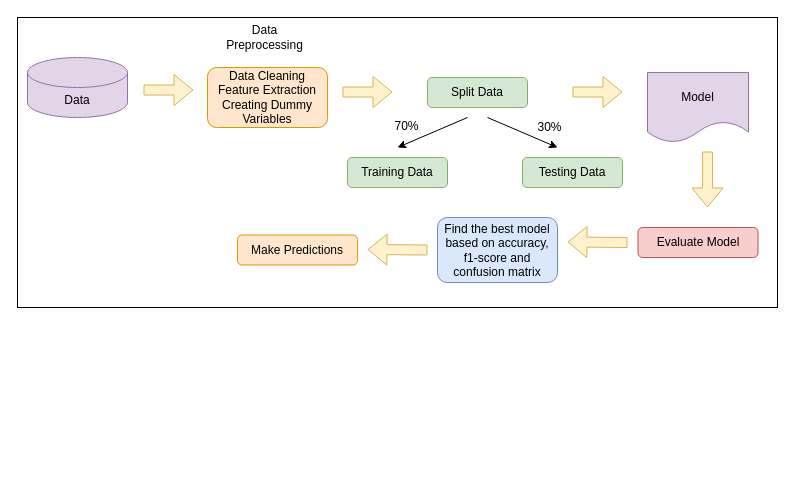
Earlier version of the draw.io diagram MLModel.drawio (Chayanika-Basak/draw.io-files). Source tidied: cells renumbered, new cells numbered last; positions are measured from the earlier drawing's top-left corner, leaving out a move shared by most shapes. Both pictures are drawn from the tidied source at 100%, with x=0, y=0 at pixel (17, 17).
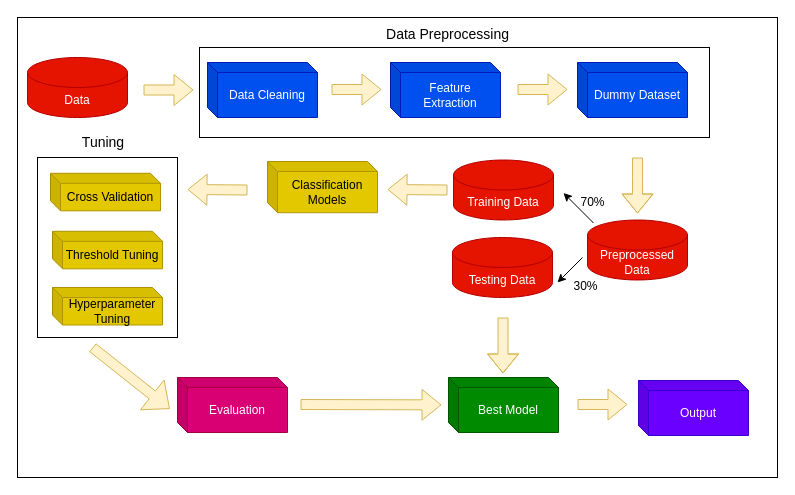
The same page after the edit.

The edit, as a diff of the source:
```diff
@@
     <mxCell id="2" style="rounded=0;whiteSpace=wrap;html=1;" parent="1" vertex="1">
-      <mxGeometry width="760" height="290" as="geometry" />
+      <mxGeometry width="760" height="460" as="geometry" />
     </mxCell>
+    <mxCell id="23" style="rounded=0;whiteSpace=wrap;html=1;fontSize=14;" parent="1" vertex="1">
+      <mxGeometry x="20" y="140" width="140" height="180" as="geometry" />
+    </mxCell>
+    <mxCell id="24" style="rounded=0;whiteSpace=wrap;html=1;fontSize=14;" parent="1" vertex="1">
+      <mxGeometry x="182" y="30" width="510" height="90" as="geometry" />
+    </mxCell>
-    <mxCell id="3" value="Data" style="shape=cylinder3;whiteSpace=wrap;html=1;boundedLbl=1;backgroundOutline=1;size=15;fillColor=#e1d5e7;strokeColor=#9673a6;" parent="1" vertex="1">
+    <mxCell id="3" value="Data" style="shape=cylinder3;whiteSpace=wrap;html=1;boundedLbl=1;backgroundOutline=1;size=15;fillColor=#e51400;strokeColor=#B20000;fontColor=#ffffff;" parent="1" vertex="1">
       <mxGeometry x="10" y="40" width="100" height="60" as="geometry" />
     </mxCell>
-    <mxCell id="4" value="Split Data" style="rounded=1;whiteSpace=wrap;html=1;fillColor=#d5e8d4;strokeColor=#82b366;" parent="1" vertex="1">
-      <mxGeometry x="410" y="60" width="100" height="30" as="geometry" />
-    </mxCell>
-    <mxCell id="5" style="endArrow=classic;html=1;rounded=0;" parent="1" edge="1">
+    <mxCell id="5" style="endArrow=classic;html=1;rounded=0;entryX=1;entryY=0.5;entryDx=0;entryDy=0;entryPerimeter=0;" parent="1" edge="1">
       <mxGeometry relative="1" as="geometry">
-        <mxPoint x="450" y="100" as="sourcePoint" />
-        <mxPoint x="380" y="130" as="targetPoint" />
+        <mxPoint x="576" y="205.5" as="sourcePoint" />
+        <mxPoint x="546" y="175.5" as="targetPoint" />
       </mxGeometry>
     </mxCell>
-    <mxCell id="6" style="endArrow=classic;html=1;rounded=0;" parent="1" edge="1">
+    <mxCell id="6" style="endArrow=classic;html=1;rounded=0;entryX=1;entryY=1;entryDx=0;entryDy=-15;entryPerimeter=0;exitX=0;exitY=0;exitDx=0;exitDy=37.5;exitPerimeter=0;" parent="1" edge="1">
       <mxGeometry relative="1" as="geometry">
-        <mxPoint x="470" y="100" as="sourcePoint" />
-        <mxPoint x="540" y="130" as="targetPoint" />
+        <mxPoint x="565" y="240" as="sourcePoint" />
+        <mxPoint x="540" y="265" as="targetPoint" />
       </mxGeometry>
     </mxCell>
-    <mxCell id="7" value="Testing Data" style="rounded=1;whiteSpace=wrap;html=1;fillColor=#d5e8d4;strokeColor=#82b366;" parent="1" vertex="1">
-      <mxGeometry x="505" y="140" width="100" height="30" as="geometry" />
-    </mxCell>
-    <mxCell id="8" value="Training Data" style="rounded=1;whiteSpace=wrap;html=1;fillColor=#d5e8d4;strokeColor=#82b366;" parent="1" vertex="1">
-      <mxGeometry x="330" y="140" width="100" height="30" as="geometry" />
-    </mxCell>
-    <mxCell id="9" value="Data Cleaning&lt;br&gt;Feature Extraction&lt;br&gt;Creating Dummy Variables" style="rounded=1;whiteSpace=wrap;html=1;fillColor=#ffe6cc;strokeColor=#d79b00;" parent="1" vertex="1">
-      <mxGeometry x="190" y="50" width="120" height="60" as="geometry" />
-    </mxCell>
-    <mxCell id="10" value="Data &lt;br&gt;Preprocessing" style="text;html=1;align=center;verticalAlign=middle;strokeColor=none;fillColor=none;" parent="1" vertex="1">
-      <mxGeometry x="197" width="100" height="40" as="geometry" />
+    <mxCell id="10" value="&lt;font style=&quot;font-size: 14px;&quot;&gt;Data Preprocessing&lt;/font&gt;" style="text;html=1;align=center;verticalAlign=middle;strokeColor=none;fillColor=none;" parent="1" vertex="1">
+      <mxGeometry x="355" y="2" width="150" height="30" as="geometry" />
     </mxCell>
     <mxCell id="11" value="70%" style="text;html=1;align=center;verticalAlign=middle;strokeColor=none;fillColor=none;" parent="1" vertex="1">
-      <mxGeometry x="364" y="94" width="50" height="30" as="geometry" />
+      <mxGeometry x="550" y="170" width="50" height="30" as="geometry" />
     </mxCell>
     <mxCell id="12" value="30%" style="text;html=1;align=center;verticalAlign=middle;strokeColor=none;fillColor=none;" parent="1" vertex="1">
-      <mxGeometry x="507" y="95" width="50" height="30" as="geometry" />
+      <mxGeometry x="543" y="254" width="50" height="30" as="geometry" />
     </mxCell>
-    <mxCell id="13" value="Model" style="shape=document;whiteSpace=wrap;html=1;boundedLbl=1;fillColor=#e1d5e7;strokeColor=#9673a6;" parent="1" vertex="1">
-      <mxGeometry x="630" y="55" width="101" height="70" as="geometry" />
-    </mxCell>
     <mxCell id="14" style="shape=flexArrow;endArrow=classic;html=1;rounded=0;fillColor=#fff2cc;strokeColor=#d6b656;" parent="1" edge="1">
       <mxGeometry relative="1" as="geometry">
-        <mxPoint x="690" y="134" as="sourcePoint" />
-        <mxPoint x="690" y="190" as="targetPoint" />
+        <mxPoint x="620" y="140" as="sourcePoint" />
+        <mxPoint x="620" y="196" as="targetPoint" />
+        <Array as="points">
+          <mxPoint x="620" y="160" />
+        </Array>
       </mxGeometry>
     </mxCell>
-    <mxCell id="15" value="Evaluate Model" style="rounded=1;whiteSpace=wrap;html=1;fillColor=#f8cecc;strokeColor=#b85450;" parent="1" vertex="1">
-      <mxGeometry x="620.5" y="210" width="120" height="30" as="geometry" />
-    </mxCell>
-    <mxCell id="16" value="Find the best model based on accuracy, f1-score and confusion matrix" style="rounded=1;whiteSpace=wrap;html=1;fillColor=#dae8fc;strokeColor=#6c8ebf;" parent="1" vertex="1">
-      <mxGeometry x="420" y="200" width="120" height="65" as="geometry" />
-    </mxCell>
-    <mxCell id="17" value="Make Predictions" style="rounded=1;whiteSpace=wrap;html=1;fillColor=#ffe6cc;strokeColor=#d79b00;" parent="1" vertex="1">
-      <mxGeometry x="220" y="217.5" width="120" height="30" as="geometry" />
-    </mxCell>
     <mxCell id="18" style="shape=flexArrow;endArrow=classic;html=1;rounded=0;fillColor=#fff2cc;strokeColor=#d6b656;" parent="1" edge="1">
       <mxGeometry relative="1" as="geometry">
-        <mxPoint x="610" y="225" as="sourcePoint" />
-        <mxPoint x="550" y="224.5" as="targetPoint" />
+        <mxPoint x="430" y="172.5" as="sourcePoint" />
+        <mxPoint x="370" y="172" as="targetPoint" />
       </mxGeometry>
     </mxCell>
@@
-    <mxCell id="20" style="shape=flexArrow;endArrow=classic;html=1;rounded=0;fillColor=#fff2cc;strokeColor=#d6b656;" parent="1" edge="1">
-      <mxGeometry relative="1" as="geometry">
-        <mxPoint x="325" y="74.5" as="sourcePoint" />
-        <mxPoint x="375" y="74.5" as="targetPoint" />
-      </mxGeometry>
-    </mxCell>
-    <mxCell id="21" style="shape=flexArrow;endArrow=classic;html=1;rounded=0;fillColor=#fff2cc;strokeColor=#d6b656;" parent="1" edge="1">
-      <mxGeometry relative="1" as="geometry">
-        <mxPoint x="555" y="74.5" as="sourcePoint" />
-        <mxPoint x="605" y="74.5" as="targetPoint" />
-      </mxGeometry>
-    </mxCell>
     <mxCell id="22" style="shape=flexArrow;endArrow=classic;html=1;rounded=0;fillColor=#fff2cc;strokeColor=#d6b656;" parent="1" edge="1">
       <mxGeometry relative="1" as="geometry">
-        <mxPoint x="410" y="232.5" as="sourcePoint" />
-        <mxPoint x="350" y="232" as="targetPoint" />
+        <mxPoint x="230" y="172.5" as="sourcePoint" />
+        <mxPoint x="170" y="172" as="targetPoint" />
       </mxGeometry>
     </mxCell>
+    <mxCell id="25" value="Data Cleaning" style="shape=cube;whiteSpace=wrap;html=1;boundedLbl=1;backgroundOutline=1;darkOpacity=0.05;darkOpacity2=0.1;size=10;fillColor=#0050ef;fontColor=#ffffff;strokeColor=#001DBC;" parent="1" vertex="1">
+      <mxGeometry x="190" y="45" width="110" height="55" as="geometry" />
+    </mxCell>
+    <mxCell id="26" value="Feature Extraction" style="shape=cube;whiteSpace=wrap;html=1;boundedLbl=1;backgroundOutline=1;darkOpacity=0.05;darkOpacity2=0.1;size=10;fillColor=#0050ef;fontColor=#ffffff;strokeColor=#001DBC;" parent="1" vertex="1">
+      <mxGeometry x="373" y="45" width="110" height="55" as="geometry" />
+    </mxCell>
+    <mxCell id="27" value="Dummy Dataset" style="shape=cube;whiteSpace=wrap;html=1;boundedLbl=1;backgroundOutline=1;darkOpacity=0.05;darkOpacity2=0.1;size=10;fillColor=#0050ef;fontColor=#ffffff;strokeColor=#001DBC;" parent="1" vertex="1">
+      <mxGeometry x="560" y="45" width="110" height="55" as="geometry" />
+    </mxCell>
+    <mxCell id="28" style="shape=flexArrow;endArrow=classic;html=1;rounded=0;fillColor=#fff2cc;strokeColor=#d6b656;" parent="1" edge="1">
+      <mxGeometry relative="1" as="geometry">
+        <mxPoint x="314" y="72" as="sourcePoint" />
+        <mxPoint x="364" y="72" as="targetPoint" />
+      </mxGeometry>
+    </mxCell>
+    <mxCell id="29" style="shape=flexArrow;endArrow=classic;html=1;rounded=0;fillColor=#fff2cc;strokeColor=#d6b656;" parent="1" edge="1">
+      <mxGeometry relative="1" as="geometry">
+        <mxPoint x="500" y="72" as="sourcePoint" />
+        <mxPoint x="550" y="72" as="targetPoint" />
+      </mxGeometry>
+    </mxCell>
+    <mxCell id="30" value="Preprocessed Data" style="shape=cylinder3;whiteSpace=wrap;html=1;boundedLbl=1;backgroundOutline=1;size=15;fillColor=#e51400;strokeColor=#B20000;fontColor=#ffffff;" parent="1" vertex="1">
+      <mxGeometry x="570" y="202.5" width="100" height="60" as="geometry" />
+    </mxCell>
+    <mxCell id="7" value="Testing Data" style="shape=cylinder3;whiteSpace=wrap;html=1;boundedLbl=1;backgroundOutline=1;size=15;fillColor=#e51400;strokeColor=#B20000;fontColor=#ffffff;" parent="1" vertex="1">
+      <mxGeometry x="435" y="220" width="100" height="60" as="geometry" />
+    </mxCell>
+    <mxCell id="8" value="Training Data" style="shape=cylinder3;whiteSpace=wrap;html=1;boundedLbl=1;backgroundOutline=1;size=15;fillColor=#e51400;strokeColor=#B20000;fontColor=#ffffff;" parent="1" vertex="1">
+      <mxGeometry x="436" y="142.5" width="100" height="60" as="geometry" />
+    </mxCell>
+    <mxCell id="31" value="Classification Models" style="shape=cube;whiteSpace=wrap;html=1;boundedLbl=1;backgroundOutline=1;darkOpacity=0.05;darkOpacity2=0.1;size=10;fillColor=#e3c800;fontColor=#000000;strokeColor=#B09500;" parent="1" vertex="1">
+      <mxGeometry x="250" y="144" width="110" height="51.2" as="geometry" />
+    </mxCell>
+    <mxCell id="32" value="Hyperparameter Tuning" style="shape=cube;whiteSpace=wrap;html=1;boundedLbl=1;backgroundOutline=1;darkOpacity=0.05;darkOpacity2=0.1;size=10;fillColor=#e3c800;fontColor=#000000;strokeColor=#B09500;" parent="1" vertex="1">
+      <mxGeometry x="35" y="270" width="110" height="37.5" as="geometry" />
+    </mxCell>
+    <mxCell id="33" value="Threshold Tuning" style="shape=cube;whiteSpace=wrap;html=1;boundedLbl=1;backgroundOutline=1;darkOpacity=0.05;darkOpacity2=0.1;size=10;fillColor=#e3c800;fontColor=#000000;strokeColor=#B09500;" parent="1" vertex="1">
+      <mxGeometry x="35" y="213.8" width="110" height="37.5" as="geometry" />
+    </mxCell>
+    <mxCell id="34" value="Cross Validation" style="shape=cube;whiteSpace=wrap;html=1;boundedLbl=1;backgroundOutline=1;darkOpacity=0.05;darkOpacity2=0.1;size=10;fillColor=#e3c800;fontColor=#000000;strokeColor=#B09500;" parent="1" vertex="1">
+      <mxGeometry x="33" y="155.8" width="110" height="37.5" as="geometry" />
+    </mxCell>
+    <mxCell id="35" value="Tuning" style="text;html=1;strokeColor=none;fillColor=none;align=center;verticalAlign=middle;whiteSpace=wrap;rounded=0;fontSize=14;" parent="1" vertex="1">
+      <mxGeometry x="56" y="110" width="60" height="30" as="geometry" />
+    </mxCell>
+    <mxCell id="36" style="shape=flexArrow;endArrow=classic;html=1;rounded=0;fillColor=#fff2cc;strokeColor=#d6b656;endWidth=27;endSize=7;entryX=-0.024;entryY=0.57;entryDx=0;entryDy=0;entryPerimeter=0;" parent="1" edge="1">
+      <mxGeometry relative="1" as="geometry">
+        <mxPoint x="75" y="330" as="sourcePoint" />
+        <mxPoint x="152.4" y="391.4" as="targetPoint" />
+      </mxGeometry>
+    </mxCell>
+    <mxCell id="37" value="Evaluation" style="shape=cube;whiteSpace=wrap;html=1;boundedLbl=1;backgroundOutline=1;darkOpacity=0.05;darkOpacity2=0.1;size=10;fillColor=#d80073;fontColor=#ffffff;strokeColor=#A50040;" parent="1" vertex="1">
+      <mxGeometry x="160" y="360" width="110" height="55" as="geometry" />
+    </mxCell>
+    <mxCell id="38" style="shape=flexArrow;endArrow=classic;html=1;rounded=0;fillColor=#fff2cc;strokeColor=#d6b656;" parent="1" edge="1">
+      <mxGeometry relative="1" as="geometry">
+        <mxPoint x="283" y="387" as="sourcePoint" />
+        <mxPoint x="424" y="387.4" as="targetPoint" />
+      </mxGeometry>
+    </mxCell>
+    <mxCell id="39" value="Best Model" style="shape=cube;whiteSpace=wrap;html=1;boundedLbl=1;backgroundOutline=1;darkOpacity=0.05;darkOpacity2=0.1;size=10;fillColor=#008a00;fontColor=#ffffff;strokeColor=#005700;" parent="1" vertex="1">
+      <mxGeometry x="431" y="360" width="110" height="55" as="geometry" />
+    </mxCell>
+    <mxCell id="40" style="shape=flexArrow;endArrow=classic;html=1;rounded=0;fillColor=#fff2cc;strokeColor=#d6b656;" parent="1" edge="1">
+      <mxGeometry relative="1" as="geometry">
+        <mxPoint x="485.5" y="300" as="sourcePoint" />
+        <mxPoint x="485.5" y="356" as="targetPoint" />
+        <Array as="points">
+          <mxPoint x="485.5" y="320" />
+        </Array>
+      </mxGeometry>
+    </mxCell>
+    <mxCell id="41" style="shape=flexArrow;endArrow=classic;html=1;rounded=0;fillColor=#fff2cc;strokeColor=#d6b656;" parent="1" edge="1">
+      <mxGeometry relative="1" as="geometry">
+        <mxPoint x="560" y="387" as="sourcePoint" />
+        <mxPoint x="610" y="387" as="targetPoint" />
+      </mxGeometry>
+    </mxCell>
+    <mxCell id="42" value="Output" style="shape=cube;whiteSpace=wrap;html=1;boundedLbl=1;backgroundOutline=1;darkOpacity=0.05;darkOpacity2=0.1;size=10;fillColor=#6a00ff;fontColor=#ffffff;strokeColor=#3700CC;" parent="1" vertex="1">
+      <mxGeometry x="621" y="363" width="110" height="55" as="geometry" />
+    </mxCell>
```
